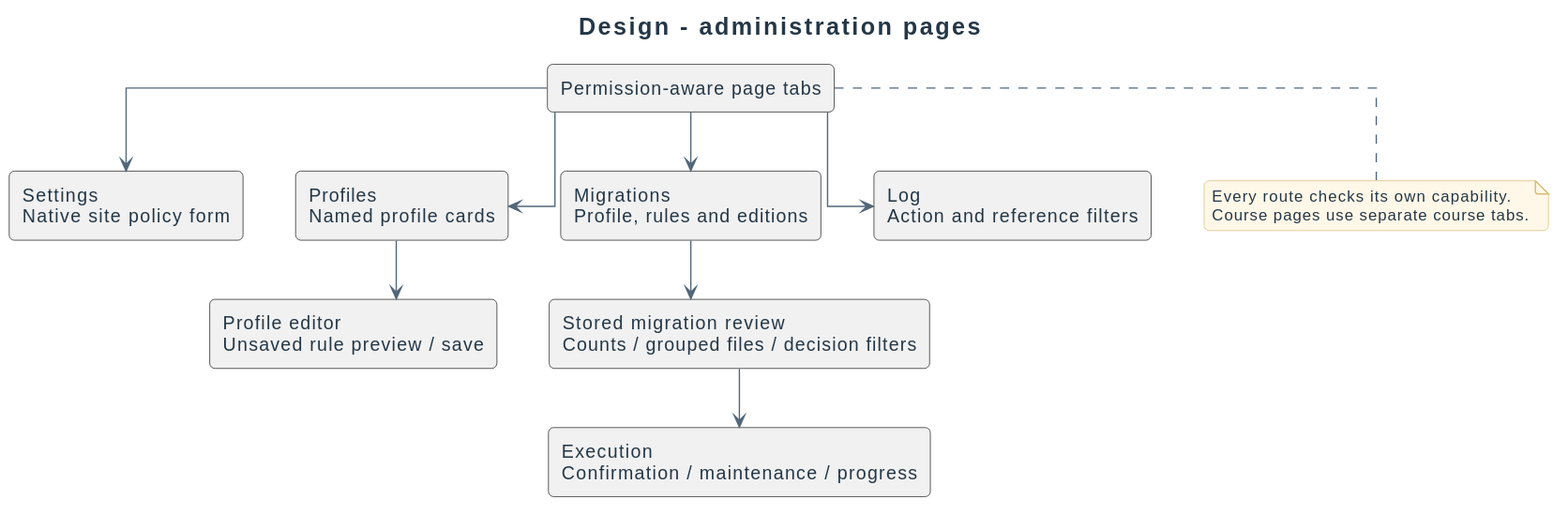
This is docs/diagrams/design/administration-pages.svg from didactika/moodle-local_coursefiles, a PlantUML export, as it was before one commit. Its diagram source:
```plantuml
@startuml
!include ../_style.puml
title Design - administration pages
top to bottom direction
rectangle "Permission-aware page tabs" as Tabs
rectangle "Settings\nNative site policy form" as Settings
rectangle "Profiles\nNamed profile cards" as Profiles
rectangle "Migrations\nProfile, rules and editions" as Migrations
rectangle "Log\nAction and reference filters" as Log
rectangle "Profile editor\nUnsaved rule preview / save" as Editor
rectangle "Stored migration review\nCounts / grouped files / decision filters" as Review
rectangle "Execution\nConfirmation / maintenance / progress" as Execution
Tabs --> Settings
Tabs --> Profiles
Tabs --> Migrations
Tabs --> Log
Profiles --> Editor
Migrations --> Review
Review --> Execution
note bottom of Tabs
Every route checks its own capability.
Course pages use separate course tabs.
end note
@enduml
```
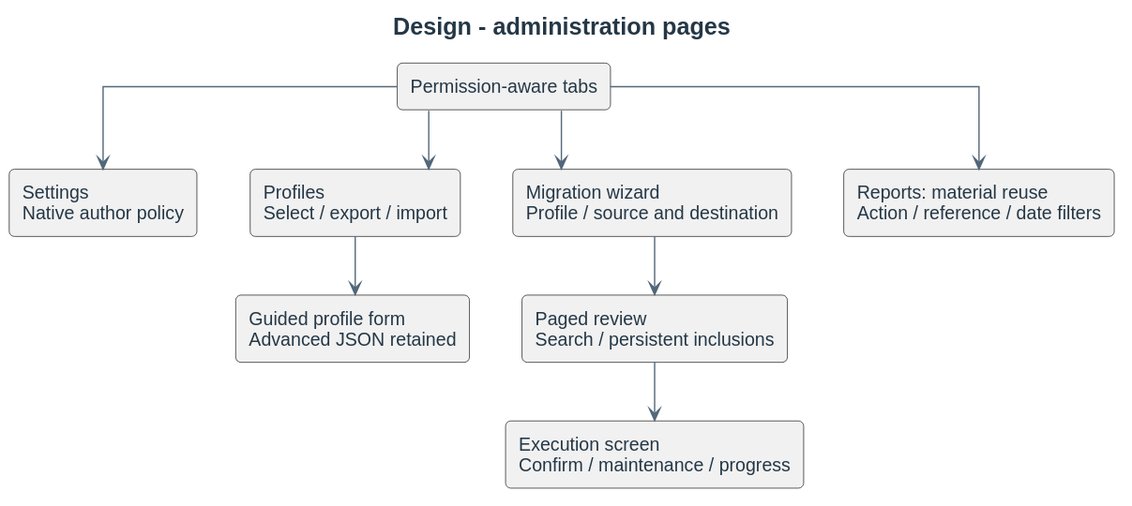
The same file after the commit.

What changed in the source:
```diff
@@ -2,23 +2,19 @@
 !include ../_style.puml
 title Design - administration pages
 top to bottom direction
-rectangle "Permission-aware page tabs" as Tabs
-rectangle "Settings\nNative site policy form" as Settings
-rectangle "Profiles\nNamed profile cards" as Profiles
-rectangle "Migrations\nProfile, rules and editions" as Migrations
-rectangle "Log\nAction and reference filters" as Log
-rectangle "Profile editor\nUnsaved rule preview / save" as Editor
-rectangle "Stored migration review\nCounts / grouped files / decision filters" as Review
-rectangle "Execution\nConfirmation / maintenance / progress" as Execution
+rectangle "Permission-aware tabs" as Tabs
+rectangle "Settings\nNative author policy" as Settings
+rectangle "Profiles\nSelect / export / import" as Profiles
+rectangle "Migration wizard\nProfile / source and destination" as Migration
+rectangle "Reports: material reuse\nAction / reference / date filters" as Log
+rectangle "Guided profile form\nAdvanced JSON retained" as Editor
+rectangle "Paged review\nSearch / persistent inclusions" as Review
+rectangle "Execution screen\nConfirm / maintenance / progress" as Execute
 Tabs --> Settings
 Tabs --> Profiles
-Tabs --> Migrations
+Tabs --> Migration
 Tabs --> Log
 Profiles --> Editor
-Migrations --> Review
-Review --> Execution
-note bottom of Tabs
-Every route checks its own capability.
-Course pages use separate course tabs.
-end note
+Migration --> Review
+Review --> Execute
 @enduml
```
